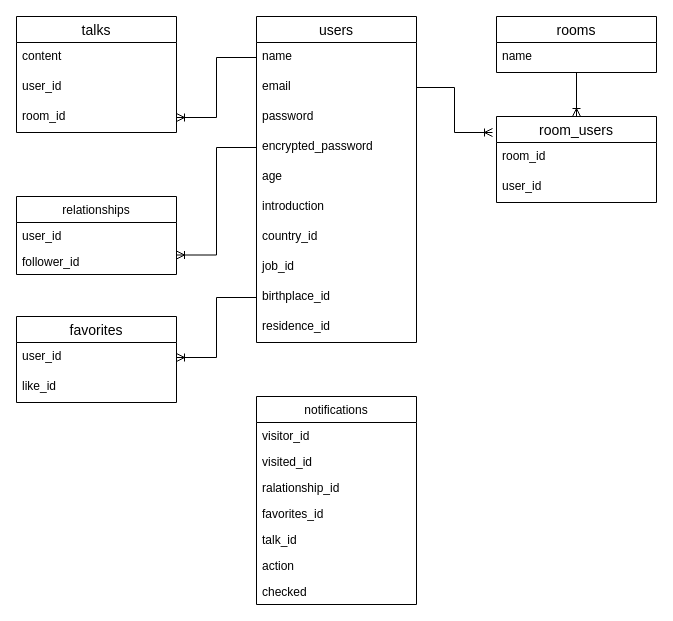
Before: test.dio in horitomoyuki/travelers, a draw.io diagram. Source tidied: cells renumbered, new cells numbered last; positions are measured from the earlier drawing's top-left corner, leaving out a move shared by most shapes. Both pictures are drawn from the tidied source at 100%, with x=0, y=0 at pixel (16, 16).
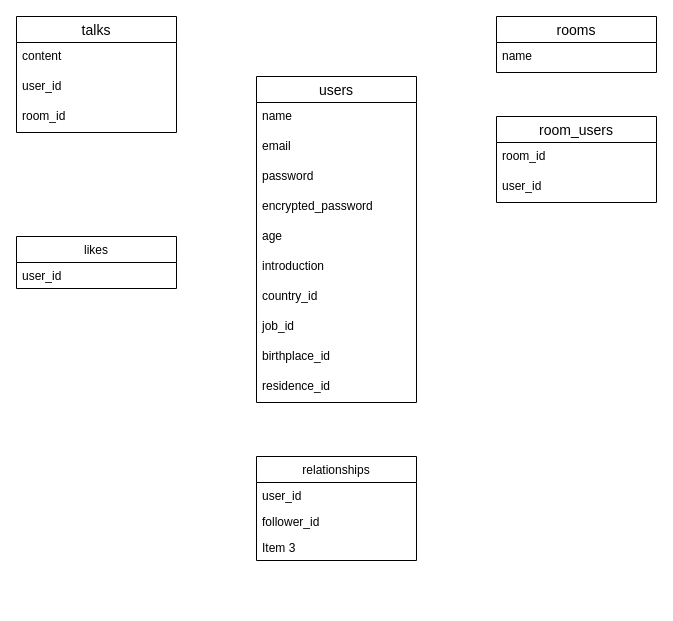
Above is the later version.

Unchanged cells that the change refers to:
```xml
<mxCell id="3" value="name" style="text;strokeColor=none;fillColor=none;spacingLeft=4;spacingRight=4;overflow=hidden;points=[[0,0.5],[1,0.5]];portConstraint=eastwest;fontSize=12;" parent="2" vertex="1">
  <mxGeometry y="26" width="160" height="30" as="geometry" />
</mxCell>
<mxCell id="4" value="email&#10;&#10;" style="text;strokeColor=none;fillColor=none;spacingLeft=4;spacingRight=4;overflow=hidden;points=[[0,0.5],[1,0.5]];portConstraint=eastwest;fontSize=12;" parent="2" vertex="1">
  <mxGeometry y="56" width="160" height="30" as="geometry" />
</mxCell>
<mxCell id="6" value="encrypted_password" style="text;strokeColor=none;fillColor=none;spacingLeft=4;spacingRight=4;overflow=hidden;points=[[0,0.5],[1,0.5]];portConstraint=eastwest;fontSize=12;" parent="2" vertex="1">
  <mxGeometry y="116" width="160" height="30" as="geometry" />
</mxCell>
<mxCell id="11" value="birthplace_id" style="text;strokeColor=none;fillColor=none;spacingLeft=4;spacingRight=4;overflow=hidden;points=[[0,0.5],[1,0.5]];portConstraint=eastwest;fontSize=12;" parent="2" vertex="1">
  <mxGeometry y="266" width="160" height="30" as="geometry" />
</mxCell>
<mxCell id="13" value="room_users" style="swimlane;fontStyle=0;horizontal=1;startSize=26;align=center;fontSize=14;" parent="1" vertex="1">
  <mxGeometry x="480" y="100" width="160" height="86" as="geometry" />
</mxCell>
<mxCell id="17" value="rooms" style="swimlane;fontStyle=0;horizontal=1;startSize=26;align=center;fontSize=14;" parent="1" vertex="1">
  <mxGeometry x="480" width="160" height="56" as="geometry" />
</mxCell>
<mxCell id="22" value="room_id" style="text;strokeColor=none;fillColor=none;spacingLeft=4;spacingRight=4;overflow=hidden;points=[[0,0.5],[1,0.5]];portConstraint=eastwest;fontSize=12;" parent="19" vertex="1">
  <mxGeometry y="86" width="160" height="30" as="geometry" />
</mxCell>
```

What changed in the source:
```diff
@@
     <mxCell id="2" value="users" style="swimlane;fontStyle=0;horizontal=1;startSize=26;align=center;fontSize=14;" parent="1" vertex="1">
-      <mxGeometry x="240" width="160" height="326" as="geometry" />
+      <mxGeometry x="240" y="60" width="160" height="326" as="geometry" />
     </mxCell>
@@
-    <mxCell id="16" style="edgeStyle=orthogonalEdgeStyle;rounded=0;jettySize=auto;html=1;entryX=0.5;entryY=0;entryDx=0;entryDy=0;endArrow=ERoneToMany;endFill=0;" parent="1" edge="1" source="17" target="13">
-      <mxGeometry relative="1" as="geometry" />
-    </mxCell>
@@
+    <mxCell id="41" value="likes" style="swimlane;fontStyle=0;horizontal=1;startSize=26;fillColor=none;" parent="1" vertex="1">
+      <mxGeometry y="220" width="160" height="52" as="geometry" />
+    </mxCell>
+    <mxCell id="27" value="user_id" style="text;strokeColor=none;fillColor=none;align=left;verticalAlign=top;spacingLeft=4;spacingRight=4;overflow=hidden;points=[[0,0.5],[1,0.5]];portConstraint=eastwest;" parent="41" vertex="1">
+      <mxGeometry y="26" width="160" height="26" as="geometry" />
+    </mxCell>
     <mxCell id="23" value="relationships" style="swimlane;fontStyle=0;horizontal=1;startSize=26;fillColor=none;" parent="1" vertex="1">
-      <mxGeometry y="180" width="160" height="78" as="geometry" />
+      <mxGeometry x="240" y="440" width="160" height="104" as="geometry" />
     </mxCell>
@@
-    <mxCell id="26" value="favorites" style="swimlane;fontStyle=0;horizontal=1;startSize=26;align=center;fontSize=14;" parent="1" vertex="1">
-      <mxGeometry y="300" width="160" height="86" as="geometry" />
-    </mxCell>
-    <mxCell id="27" value="user_id" style="text;strokeColor=none;fillColor=none;spacingLeft=4;spacingRight=4;overflow=hidden;points=[[0,0.5],[1,0.5]];portConstraint=eastwest;fontSize=12;" parent="26" vertex="1">
-      <mxGeometry y="26" width="160" height="30" as="geometry" />
-    </mxCell>
-    <mxCell id="28" value="like_id" style="text;strokeColor=none;fillColor=none;spacingLeft=4;spacingRight=4;overflow=hidden;fontSize=12;" parent="26" vertex="1">
-      <mxGeometry y="56" width="160" height="30" as="geometry" />
-    </mxCell>
-    <mxCell id="29" style="edgeStyle=orthogonalEdgeStyle;rounded=0;jettySize=auto;html=1;entryX=1;entryY=0.5;entryDx=0;entryDy=0;endArrow=ERoneToMany;endFill=0;" parent="1" edge="1" source="11" target="27">
-      <mxGeometry relative="1" as="geometry" />
-    </mxCell>
-    <mxCell id="30" style="edgeStyle=orthogonalEdgeStyle;rounded=0;jettySize=auto;html=1;endArrow=ERoneToMany;endFill=0;entryX=1;entryY=0.75;entryDx=0;entryDy=0;" parent="1" edge="1" source="6" target="23">
-      <mxGeometry relative="1" as="geometry" />
-    </mxCell>
-    <mxCell id="31" style="edgeStyle=elbowEdgeStyle;rounded=0;jettySize=auto;html=1;entryX=-0.025;entryY=0.186;entryDx=0;entryDy=0;entryPerimeter=0;endArrow=ERoneToMany;endFill=0;" parent="1" edge="1" source="4" target="13">
-      <mxGeometry relative="1" as="geometry">
-        <Array as="points">
-          <mxPoint x="438" y="170" />
-        </Array>
-      </mxGeometry>
-    </mxCell>
-    <mxCell id="32" style="edgeStyle=orthogonalEdgeStyle;rounded=0;jettySize=auto;html=1;entryX=1;entryY=0.5;entryDx=0;entryDy=0;endArrow=ERoneToMany;endFill=0;" parent="1" edge="1" source="3" target="22">
-      <mxGeometry relative="1" as="geometry" />
-    </mxCell>
-    <mxCell id="33" value="notifications" style="swimlane;fontStyle=0;horizontal=1;startSize=26;fillColor=none;" parent="1" vertex="1">
-      <mxGeometry x="240" y="380" width="160" height="208" as="geometry" />
-    </mxCell>
-    <mxCell id="34" value="visitor_id" style="text;strokeColor=none;fillColor=none;align=left;verticalAlign=top;spacingLeft=4;spacingRight=4;overflow=hidden;" parent="33" vertex="1">
-      <mxGeometry y="26" width="160" height="26" as="geometry" />
-    </mxCell>
-    <mxCell id="35" value="visited_id" style="text;strokeColor=none;fillColor=none;align=left;verticalAlign=top;spacingLeft=4;spacingRight=4;overflow=hidden;" parent="33" vertex="1">
-      <mxGeometry y="52" width="160" height="26" as="geometry" />
-    </mxCell>
-    <mxCell id="36" value="ralationship_id" style="text;strokeColor=none;fillColor=none;align=left;verticalAlign=top;spacingLeft=4;spacingRight=4;overflow=hidden;" parent="33" vertex="1">
-      <mxGeometry y="78" width="160" height="26" as="geometry" />
-    </mxCell>
-    <mxCell id="37" value="favorites_id" style="text;strokeColor=none;fillColor=none;align=left;verticalAlign=top;spacingLeft=4;spacingRight=4;overflow=hidden;" parent="33" vertex="1">
-      <mxGeometry y="104" width="160" height="26" as="geometry" />
-    </mxCell>
-    <mxCell id="38" value="talk_id" style="text;strokeColor=none;fillColor=none;align=left;verticalAlign=top;spacingLeft=4;spacingRight=4;overflow=hidden;" parent="33" vertex="1">
-      <mxGeometry y="130" width="160" height="26" as="geometry" />
-    </mxCell>
-    <mxCell id="39" value="action" style="text;strokeColor=none;fillColor=none;align=left;verticalAlign=top;spacingLeft=4;spacingRight=4;overflow=hidden;" parent="33" vertex="1">
-      <mxGeometry y="156" width="160" height="26" as="geometry" />
-    </mxCell>
-    <mxCell id="40" value="checked" style="text;strokeColor=none;fillColor=none;align=left;verticalAlign=top;spacingLeft=4;spacingRight=4;overflow=hidden;" parent="33" vertex="1">
-      <mxGeometry y="182" width="160" height="26" as="geometry" />
-    </mxCell>
+    <mxCell id="42" value="Item 3" style="text;strokeColor=none;fillColor=none;align=left;verticalAlign=top;spacingLeft=4;spacingRight=4;overflow=hidden;" parent="23" vertex="1">
+      <mxGeometry y="78" width="160" height="26" as="geometry" />
+    </mxCell>
```
